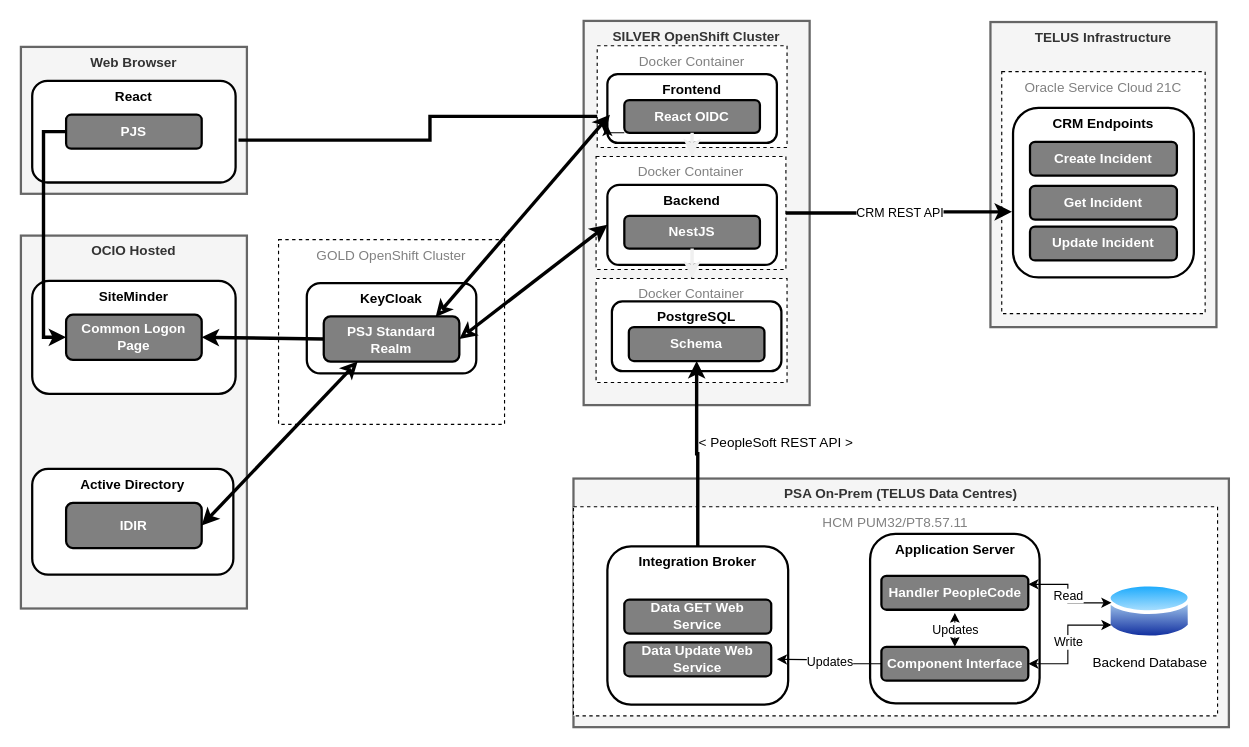
Above: page "Current State (2023)" (1 of 7) of docs/architecture/architecture.drawio in bcgov/psa-job-store (draw.io), before the change. Source tidied: cells renumbered, new cells numbered last; positions are measured from the earlier drawing's top-left corner, leaving out a move shared by most shapes. Both pictures are drawn from the tidied source at 113%, with x=0, y=0 at pixel (20, 20).
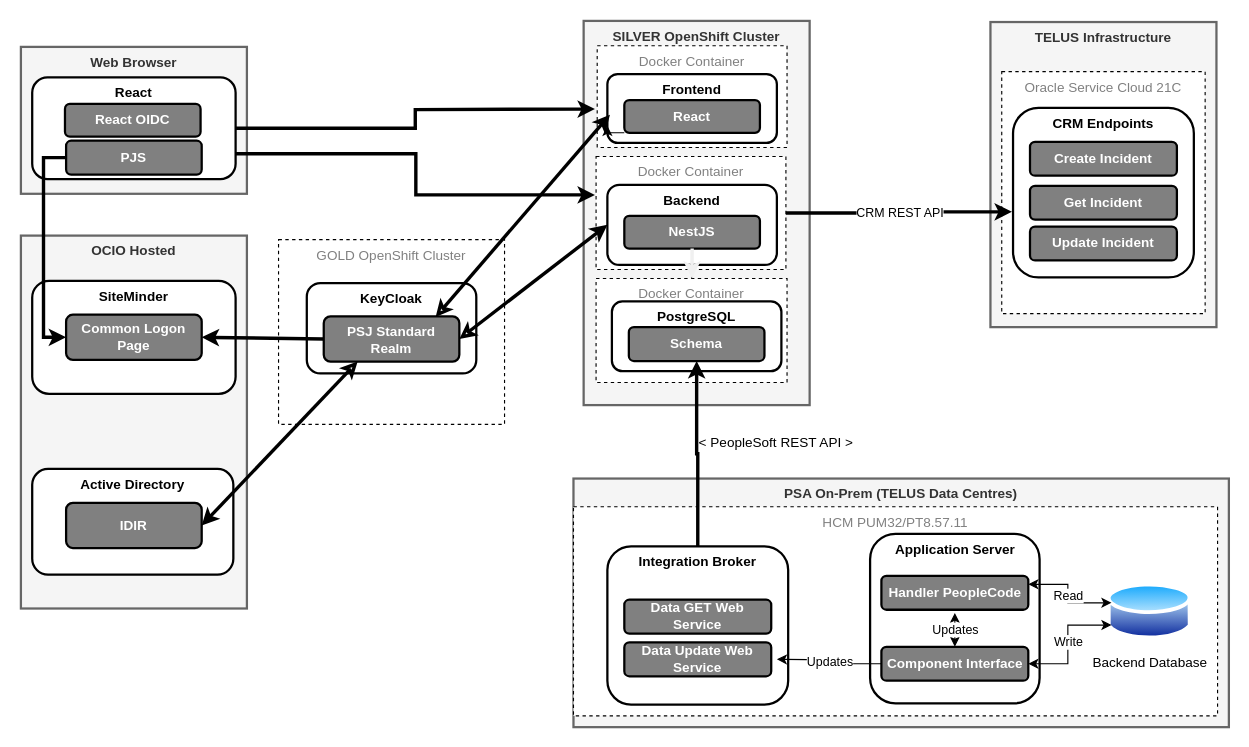
The same page after the edit.

Commit message (it also covers changes not shown here):
Addtional refinements as per team review

The change refers to these unchanged cells:
```xml
<mxCell id="28" value="Docker Container" style="rounded=0;whiteSpace=wrap;html=1;strokeWidth=1;fillColor=#FFFFFF;fontColor=#808080;dashed=1;verticalAlign=top;" parent="1" vertex="1">
  <mxGeometry x="509" y="120" width="168" height="100" as="geometry" />
</mxCell>
```

Diff of the diagram source:
```diff
@@
     <mxCell id="4" value="React" style="rounded=1;whiteSpace=wrap;html=1;strokeWidth=2;verticalAlign=top;fontStyle=1;" parent="1" vertex="1">
-      <mxGeometry x="10" y="53" width="180" height="90" as="geometry" />
+      <mxGeometry x="10" y="50" width="180" height="90" as="geometry" />
     </mxCell>
     <mxCell id="5" value="PJS" style="rounded=1;whiteSpace=wrap;html=1;strokeWidth=2;fillColor=#808080;fontColor=#FFFFFF;fontStyle=1;" parent="1" vertex="1">
-      <mxGeometry x="40" y="83" width="120" height="30" as="geometry" />
+      <mxGeometry x="40" y="106" width="120" height="30" as="geometry" />
     </mxCell>
@@
-    <mxCell id="11" style="edgeStyle=orthogonalEdgeStyle;rounded=0;jettySize=auto;html=1;startArrow=classic;startFill=1;endArrow=none;endFill=0;fontColor=#FFFFFF;entryX=1.014;entryY=0.583;entryDx=0;entryDy=0;strokeWidth=3;entryPerimeter=0;exitX=0;exitY=0.5;exitDx=0;exitDy=0;" parent="1" edge="1" source="22" target="4">
-      <mxGeometry relative="1" as="geometry" />
+    <mxCell id="11" style="edgeStyle=orthogonalEdgeStyle;rounded=0;jettySize=auto;html=1;startArrow=classic;startFill=1;endArrow=none;endFill=0;fontColor=#FFFFFF;strokeWidth=3;" parent="1" edge="1" target="4">
+      <mxGeometry relative="1" as="geometry">
+        <mxPoint x="508" y="78" as="sourcePoint" />
+      </mxGeometry>
     </mxCell>
@@
-    <mxCell id="22" value="React OIDC" style="rounded=1;whiteSpace=wrap;html=1;strokeWidth=2;fillColor=#808080;fontColor=#FFFFFF;fontStyle=1;" parent="1" vertex="1">
+    <mxCell id="22" value="React" style="rounded=1;whiteSpace=wrap;html=1;strokeWidth=2;fillColor=#808080;fontColor=#FFFFFF;fontStyle=1;" parent="1" vertex="1">
       <mxGeometry x="534" y="70" width="120" height="29" as="geometry" />
     </mxCell>
@@
-    <mxCell id="36" style="rounded=0;jettySize=auto;html=1;exitX=0.5;exitY=1;exitDx=0;exitDy=0;strokeColor=#f0f0f0;strokeWidth=3;startArrow=none;startFill=0;" parent="1" edge="1" source="22" target="28">
-      <mxGeometry relative="1" as="geometry" />
-    </mxCell>
@@
+    <mxCell id="55" value="React OIDC" style="rounded=1;whiteSpace=wrap;html=1;strokeWidth=2;fillColor=#808080;fontColor=#FFFFFF;fontStyle=1;" parent="1" vertex="1">
+      <mxGeometry x="39" y="73.5" width="120" height="29" as="geometry" />
+    </mxCell>
+    <mxCell id="56" style="edgeStyle=orthogonalEdgeStyle;rounded=0;jettySize=auto;html=1;startArrow=classic;startFill=1;endArrow=none;endFill=0;fontColor=#FFFFFF;strokeWidth=3;exitX=-0.006;exitY=0.34;exitDx=0;exitDy=0;exitPerimeter=0;entryX=1;entryY=0.75;entryDx=0;entryDy=0;" parent="1" edge="1" source="28" target="4">
+      <mxGeometry relative="1" as="geometry" />
+    </mxCell>
```
